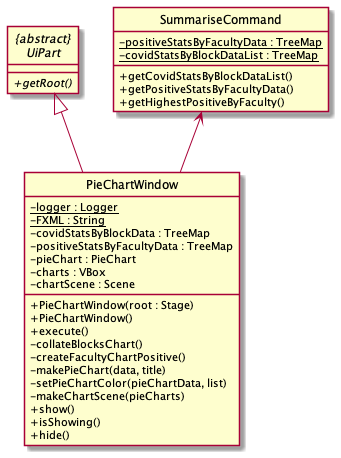
Earlier version of the PlantUML export docs/images/PieChartWindowClassDiagram.png (nus-cs2103-AY2122S2/tp).
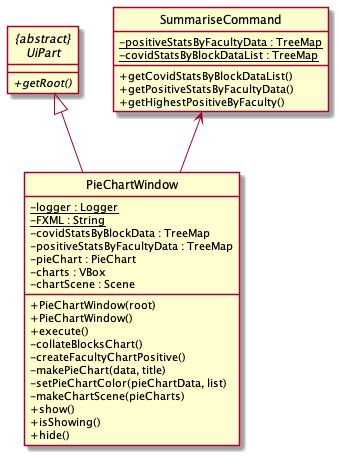
The same file after the commit.

Diff of the diagram source:
```diff
@@ -25,7 +25,7 @@
     - charts : VBox
     - chartScene : Scene
 
-    + PieChartWindow(root : Stage)
+    + PieChartWindow(root)
     + PieChartWindow()
     + execute()
     - collateBlocksChart()
```
